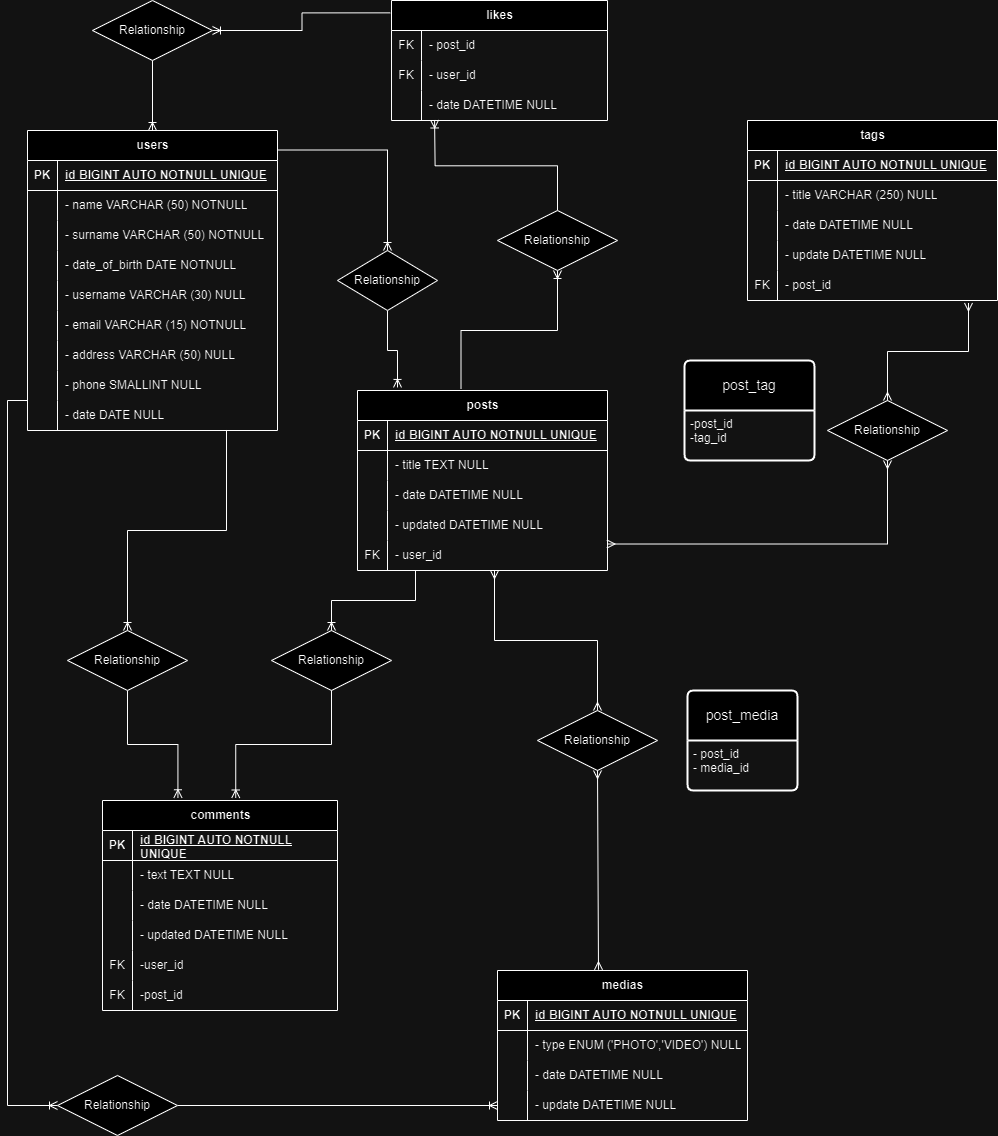
Earlier version of the draw.io export social-platform-milestone-2.drawio.png (francescodigiamb/social-platform). Source tidied: cells renumbered, new cells last; positions are measured from the earlier drawing's top-left corner, leaving out a move shared by most shapes.
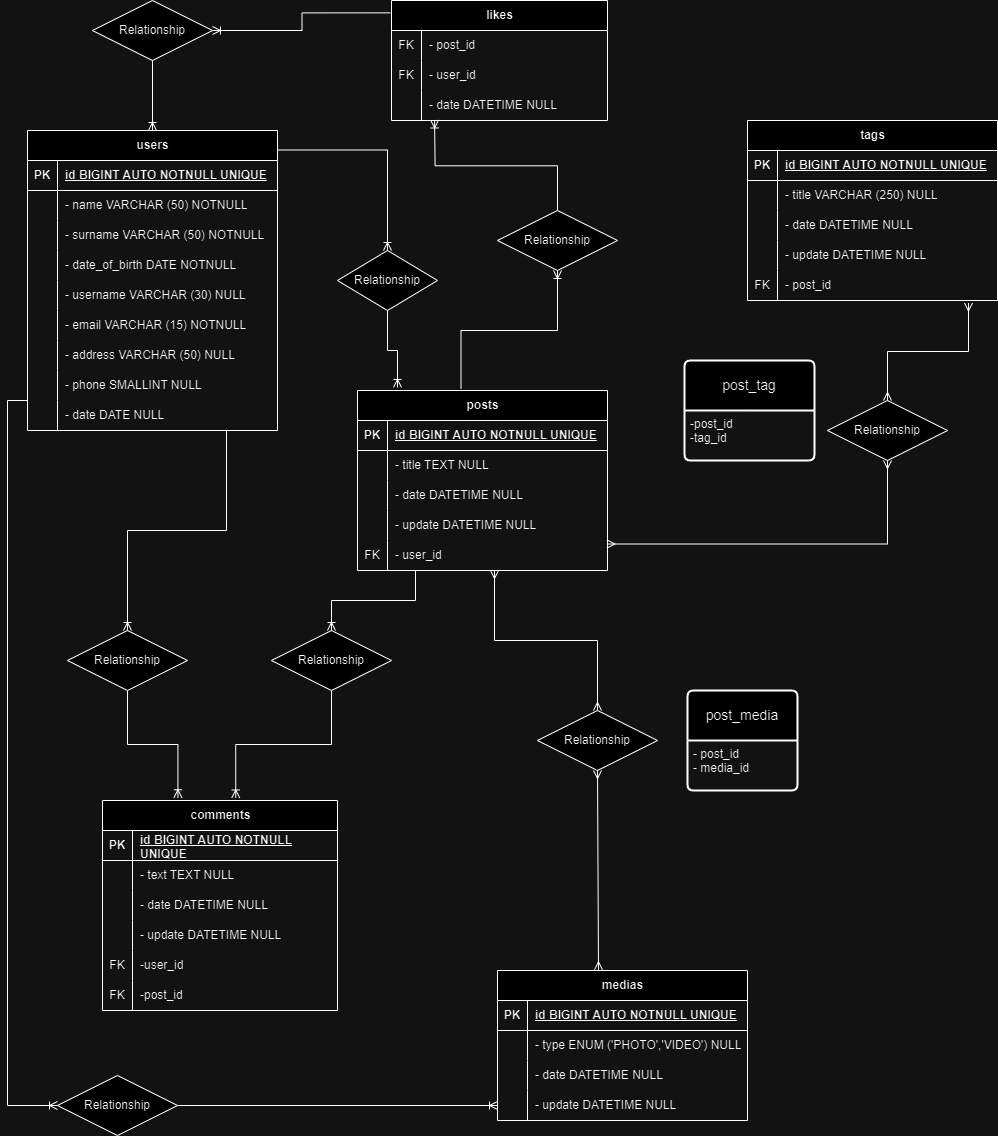
The same file after the commit.

Change to the diagram source:
```diff
@@ -38,7 +38,7 @@
     <mxCell id="13" style="shape=partialRectangle;fillColor=none;top=0;left=0;bottom=0;right=0;overflow=hidden;whiteSpace=wrap;html=1;" parent="12" vertex="1">
       <mxGeometry width="30" height="30" as="geometry" />
     </mxCell>
-    <mxCell id="14" value="- updated DATETIME NULL" style="shape=partialRectangle;fillColor=none;top=0;left=0;bottom=0;right=0;align=left;spacingLeft=6;overflow=hidden;whiteSpace=wrap;html=1;" parent="12" vertex="1">
+    <mxCell id="14" value="- update DATETIME NULL" style="shape=partialRectangle;fillColor=none;top=0;left=0;bottom=0;right=0;align=left;spacingLeft=6;overflow=hidden;whiteSpace=wrap;html=1;" parent="12" vertex="1">
       <mxGeometry x="30" width="220" height="30" as="geometry" />
     </mxCell>
     <mxCell id="15" style="shape=tableRow;horizontal=0;startSize=0;swimlaneHead=0;swimlaneBody=0;fillColor=none;points=[[0,0.5],[1,0.5]];portConstraint=eastwest;top=0;left=0;right=0;bottom=0;" parent="2" vertex="1">
@@ -290,7 +290,7 @@
     <mxCell id="95" style="shape=partialRectangle;fillColor=none;top=0;left=0;bottom=0;right=0;overflow=hidden;whiteSpace=wrap;html=1;" parent="94" vertex="1">
       <mxGeometry width="30" height="30" as="geometry" />
     </mxCell>
-    <mxCell id="96" value="- updated DATETIME NULL" style="shape=partialRectangle;fillColor=none;top=0;left=0;bottom=0;right=0;align=left;spacingLeft=6;overflow=hidden;whiteSpace=wrap;html=1;" parent="94" vertex="1">
+    <mxCell id="96" value="- update DATETIME NULL" style="shape=partialRectangle;fillColor=none;top=0;left=0;bottom=0;right=0;align=left;spacingLeft=6;overflow=hidden;whiteSpace=wrap;html=1;" parent="94" vertex="1">
       <mxGeometry x="30" width="205" height="30" as="geometry" />
     </mxCell>
     <mxCell id="97" style="shape=tableRow;horizontal=0;startSize=0;swimlaneHead=0;swimlaneBody=0;fillColor=none;top=0;left=0;right=0;bottom=0;" parent="84" vertex="1">
```
